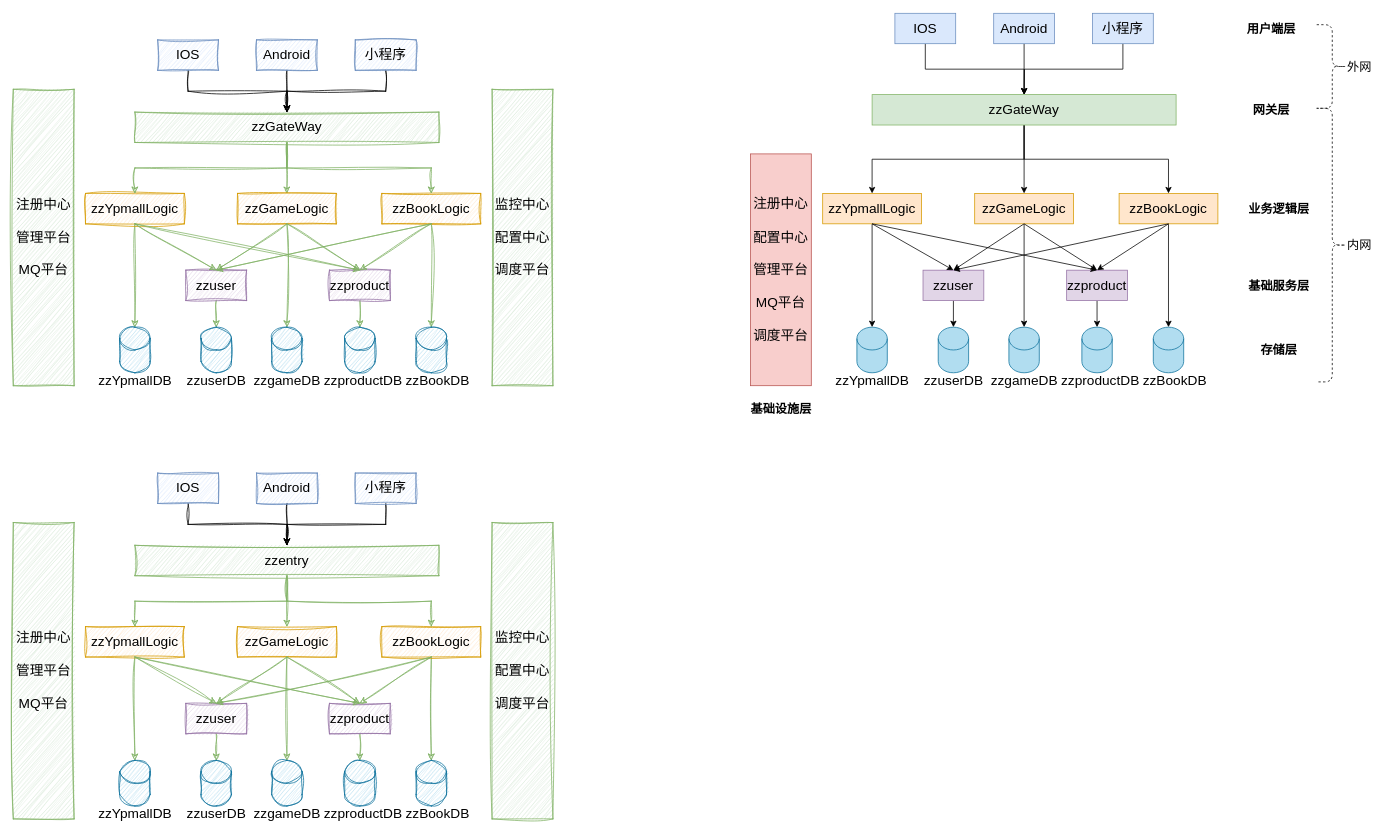
The draw.io diagram personal/duyunjie/系统架构.drawio in zhuanzhuan-tech/arch-draw-io, before the edit. Source tidied: cells renumbered, new cells numbered last; positions are measured from the earlier drawing's top-left corner, leaving out a move shared by most shapes. Both pictures are drawn from the tidied source at 76%, with x=0, y=0 at pixel (13, 13).
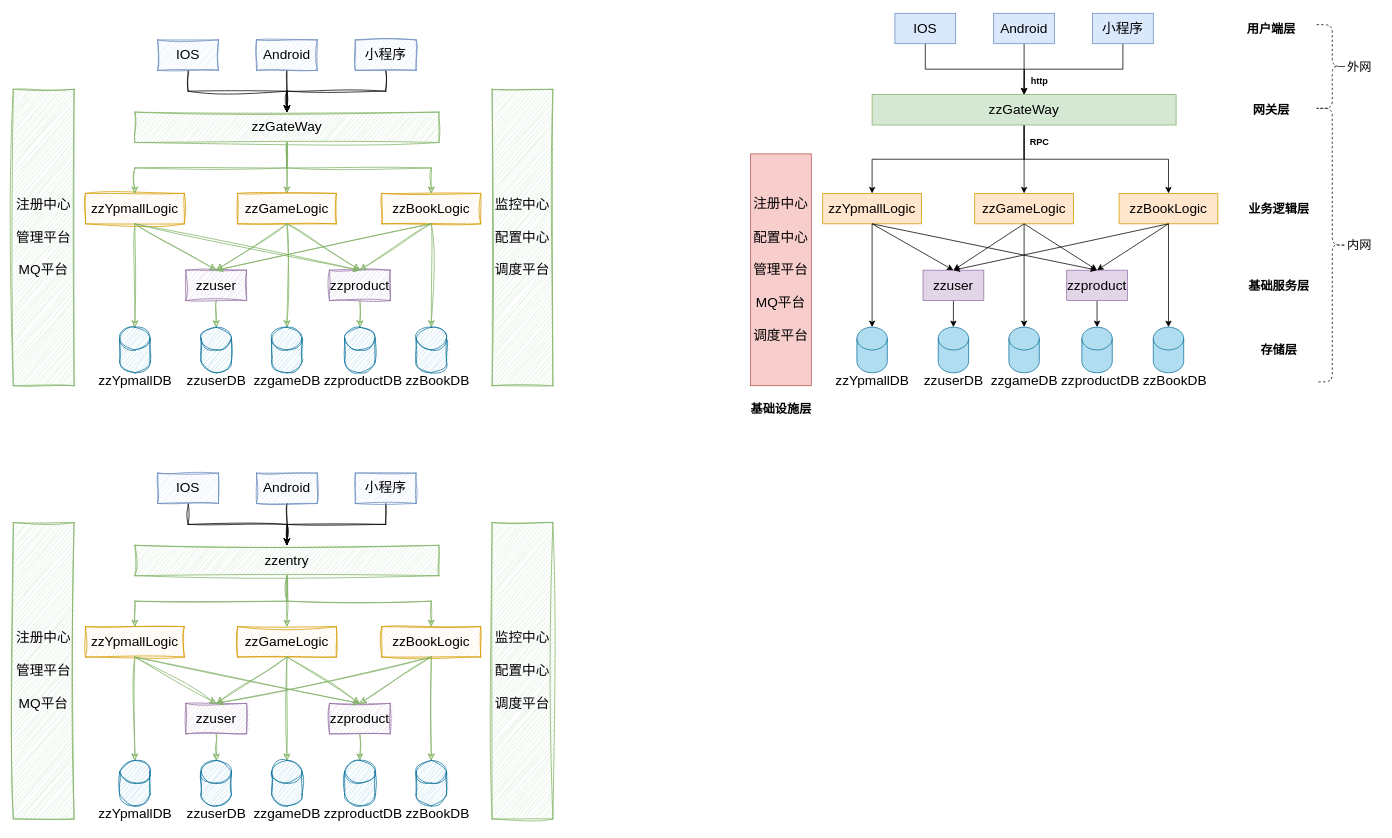
The same page after the edit.

Commit message:
更新系统架构.drawio

What changed in the source:
```diff
@@
+    <mxCell id="125" value="&lt;b&gt;http&lt;/b&gt;" style="text;html=1;align=center;verticalAlign=middle;strokeColor=none;fillColor=none;" parent="1" vertex="1">
+      <mxGeometry x="1325" y="75" width="50" height="30" as="geometry" />
+    </mxCell>
+    <mxCell id="126" value="&lt;b&gt;RPC&lt;/b&gt;" style="text;html=1;align=center;verticalAlign=middle;strokeColor=none;fillColor=none;" parent="1" vertex="1">
+      <mxGeometry x="1325" y="155" width="50" height="30" as="geometry" />
+    </mxCell>
```
